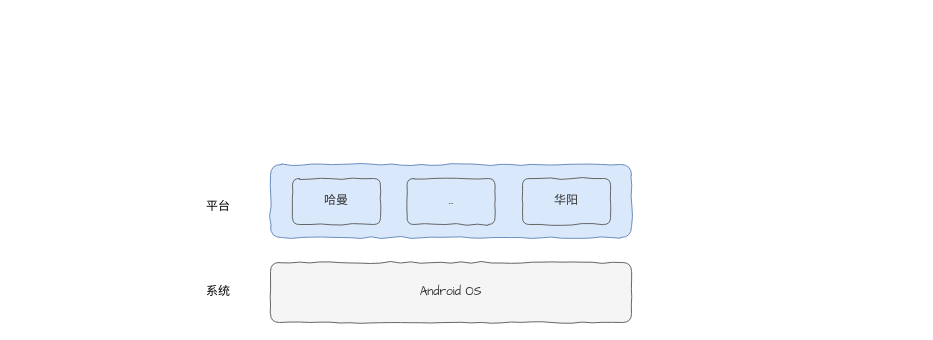
TryLoveCatch/charts keeps this draw.io diagram as 车机架构基础.drawio. Above is the earlier version. Source tidied: cells renumbered, new cells numbered last; positions are measured from the earlier drawing's top-left corner, leaving out a move shared by most shapes. Both pictures are drawn from the tidied source at 100%, with x=0, y=0 at pixel (188, 164).
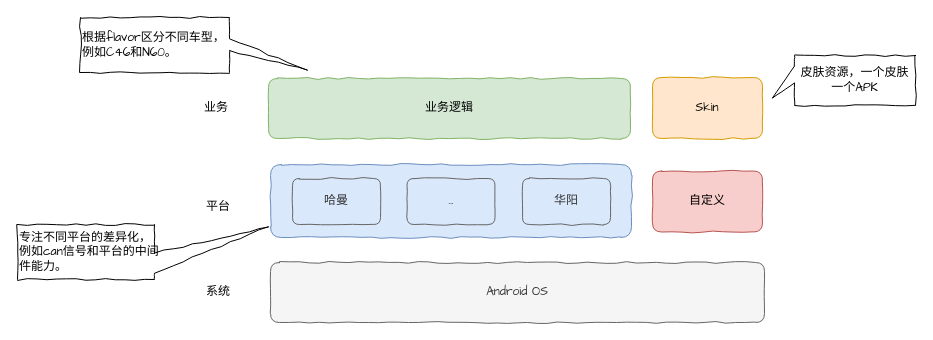
After the change.

Commit message (it also covers changes not shown here):
更新车机架构基础.drawio

Change to the diagram source:
```diff
@@
 <mxGraphModel>
   <root>
     <mxCell id="0" />
     <mxCell id="1" parent="0" />
     <mxCell id="2" value="Android OS" style="rounded=1;whiteSpace=wrap;html=1;sketch=0;comic=1;fillColor=#f5f5f5;fontColor=#333333;strokeColor=#666666;fontFamily=Comic Sans MS;" parent="1" vertex="1">
-      <mxGeometry x="82" y="98" width="361" height="60" as="geometry" />
+      <mxGeometry x="82" y="98" width="494" height="60" as="geometry" />
     </mxCell>
     <mxCell id="3" value="系统" style="text;html=1;strokeColor=none;fillColor=none;align=center;verticalAlign=middle;whiteSpace=wrap;rounded=0;comic=1;sketch=0;fontFamily=Comic Sans MS;" parent="1" vertex="1">
       <mxGeometry y="113" width="60" height="30" as="geometry" />
     </mxCell>
     <mxCell id="4" style="rounded=1;whiteSpace=wrap;html=1;sketch=0;comic=1;fillColor=#dae8fc;strokeColor=#6c8ebf;fontFamily=Comic Sans MS;" parent="1" vertex="1">
       <mxGeometry x="82" width="361" height="73" as="geometry" />
     </mxCell>
     <mxCell id="5" value="平台" style="text;html=1;strokeColor=none;fillColor=none;align=center;verticalAlign=middle;whiteSpace=wrap;rounded=0;comic=1;sketch=0;fontFamily=Comic Sans MS;" parent="1" vertex="1">
       <mxGeometry y="28" width="60" height="30" as="geometry" />
     </mxCell>
     <mxCell id="6" value="哈曼" style="rounded=1;whiteSpace=wrap;html=1;comic=1;sketch=0;fillColor=none;fontColor=#333333;strokeColor=#666666;fontFamily=Comic Sans MS;" parent="1" vertex="1">
       <mxGeometry x="104" y="14" width="88" height="46" as="geometry" />
     </mxCell>
     <mxCell id="7" value="..." style="rounded=1;whiteSpace=wrap;html=1;comic=1;sketch=0;fillColor=none;fontColor=#333333;strokeColor=#666666;fontFamily=Comic Sans MS;" parent="1" vertex="1">
       <mxGeometry x="218.5" y="14" width="88" height="46" as="geometry" />
     </mxCell>
     <mxCell id="8" value="华阳" style="rounded=1;whiteSpace=wrap;html=1;comic=1;sketch=0;fillColor=none;fontColor=#333333;strokeColor=#666666;fontFamily=Comic Sans MS;" parent="1" vertex="1">
       <mxGeometry x="334" y="14" width="88" height="46" as="geometry" />
     </mxCell>
+    <mxCell id="9" value="自定义" style="rounded=1;whiteSpace=wrap;html=1;comic=1;sketch=0;fontFamily=Comic Sans MS;fillColor=#f8cecc;strokeColor=#b85450;" parent="1" vertex="1">
+      <mxGeometry x="464" y="6.5" width="110" height="61" as="geometry" />
+    </mxCell>
+    <mxCell id="10" value="业务逻辑" style="rounded=1;whiteSpace=wrap;html=1;sketch=0;comic=1;fillColor=#d5e8d4;strokeColor=#82b366;fontFamily=Comic Sans MS;" parent="1" vertex="1">
+      <mxGeometry x="80" y="-86" width="362" height="60" as="geometry" />
+    </mxCell>
+    <mxCell id="11" value="业务" style="text;html=1;strokeColor=none;fillColor=none;align=center;verticalAlign=middle;whiteSpace=wrap;rounded=0;comic=1;sketch=0;fontFamily=Comic Sans MS;" parent="1" vertex="1">
+      <mxGeometry x="-2" y="-71" width="60" height="30" as="geometry" />
+    </mxCell>
+    <mxCell id="12" value="Skin" style="rounded=1;whiteSpace=wrap;html=1;comic=1;sketch=0;fontFamily=Comic Sans MS;fillColor=#ffe6cc;strokeColor=#d79b00;" parent="1" vertex="1">
+      <mxGeometry x="464" y="-87" width="110" height="61" as="geometry" />
+    </mxCell>
+    <mxCell id="13" value="皮肤资源，一个皮肤&lt;br&gt;一个APK" style="shape=callout;whiteSpace=wrap;html=1;perimeter=calloutPerimeter;comic=1;sketch=0;fontFamily=Comic Sans MS;fillColor=none;flipH=0;flipV=0;direction=south;size=22;position=0.21;base=17;position2=0.85;" parent="1" vertex="1">
+      <mxGeometry x="584" y="-109" width="143" height="50" as="geometry" />
+    </mxCell>
+    <mxCell id="14" value="专注不同平台的差异化，&lt;br&gt;例如can信号和平台的中间&lt;br&gt;件能力。" style="shape=callout;whiteSpace=wrap;html=1;perimeter=calloutPerimeter;comic=1;sketch=0;fontFamily=Comic Sans MS;fillColor=none;flipV=1;flipH=0;direction=north;size=114;position=0.52;position2=0.04;align=left;" parent="1" vertex="1">
+      <mxGeometry x="-171" y="60" width="251" height="55" as="geometry" />
+    </mxCell>
+    <mxCell id="15" value="根据flavor区分不同车型，&lt;br&gt;例如C46和N60。" style="shape=callout;whiteSpace=wrap;html=1;perimeter=calloutPerimeter;comic=1;sketch=0;fontFamily=Comic Sans MS;fillColor=none;flipV=0;flipH=0;direction=north;size=78;position=0.4;position2=0.04;align=left;base=12;" parent="1" vertex="1">
+      <mxGeometry x="-108" y="-147" width="227" height="55" as="geometry" />
+    </mxCell>
   </root>
 </mxGraphModel>
```
